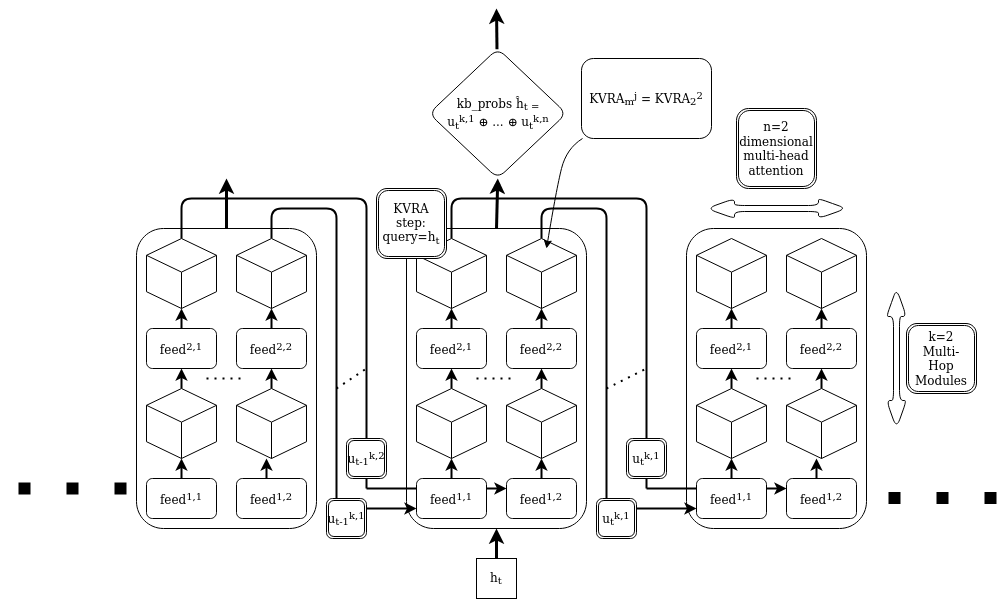
This is example_att/feedfwdKbattTF.png from marvosyntactical/joeynmt, a draw.io export, as it was before one commit. Source tidied: cells renumbered, new cells last; positions are measured from the earlier drawing's top-left corner, leaving out a move shared by most shapes.
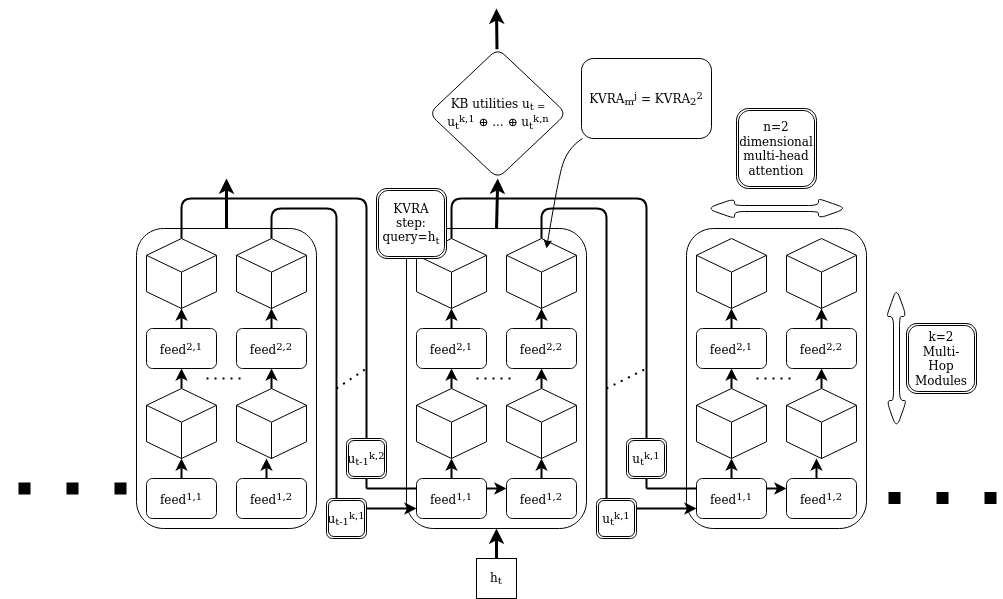
Above is the later version.

The edit, as a diff of the source:
```diff
@@ -272,7 +272,7 @@
     <mxCell id="68" style="endArrow=classic;html=1;strokeWidth=3;exitX=0.5;exitY=0;exitDx=0;exitDy=0;entryX=0.5;entryY=1;entryDx=0;entryDy=0;" parent="1" edge="1" source="39" target="69">
       <mxGeometry relative="1" as="geometry" />
     </mxCell>
-    <mxCell id="69" value="&lt;div&gt;kb_probs ĥ&lt;sub&gt;t =&lt;br&gt;&lt;/sub&gt;&lt;/div&gt;&lt;div&gt;u&lt;sub&gt;t&lt;/sub&gt;&lt;sup&gt;k,1&lt;/sup&gt; ⊕ ... ⊕ u&lt;sub&gt;t&lt;/sub&gt;&lt;sup&gt;k,n&lt;/sup&gt;&lt;br&gt;&lt;/div&gt;" style="rhombus;whiteSpace=wrap;html=1;rounded=1;shadow=0;glass=0;fillColor=#ffffff;" parent="1" vertex="1">
+    <mxCell id="69" value="KB utilities u&lt;sub&gt;t =&lt;br&gt;&lt;/sub&gt;&lt;div&gt;u&lt;sub&gt;t&lt;/sub&gt;&lt;sup&gt;k,1&lt;/sup&gt; ⊕ ... ⊕ u&lt;sub&gt;t&lt;/sub&gt;&lt;sup&gt;k,n&lt;/sup&gt;&lt;br&gt;&lt;/div&gt;" style="rhombus;whiteSpace=wrap;html=1;rounded=1;shadow=0;glass=0;fillColor=#ffffff;" parent="1" vertex="1">
       <mxGeometry x="422.5" y="40" width="137.5" height="130" as="geometry" />
     </mxCell>
     <mxCell id="70" value="u&lt;sub&gt;t-1&lt;/sub&gt;&lt;sup&gt;k,1&lt;/sup&gt;&lt;br&gt;&lt;sup&gt;&lt;/sup&gt;" style="shape=ext;double=1;whiteSpace=wrap;html=1;rounded=1;shadow=0;glass=0;fillColor=#ffffff;" parent="1" vertex="1">
```
